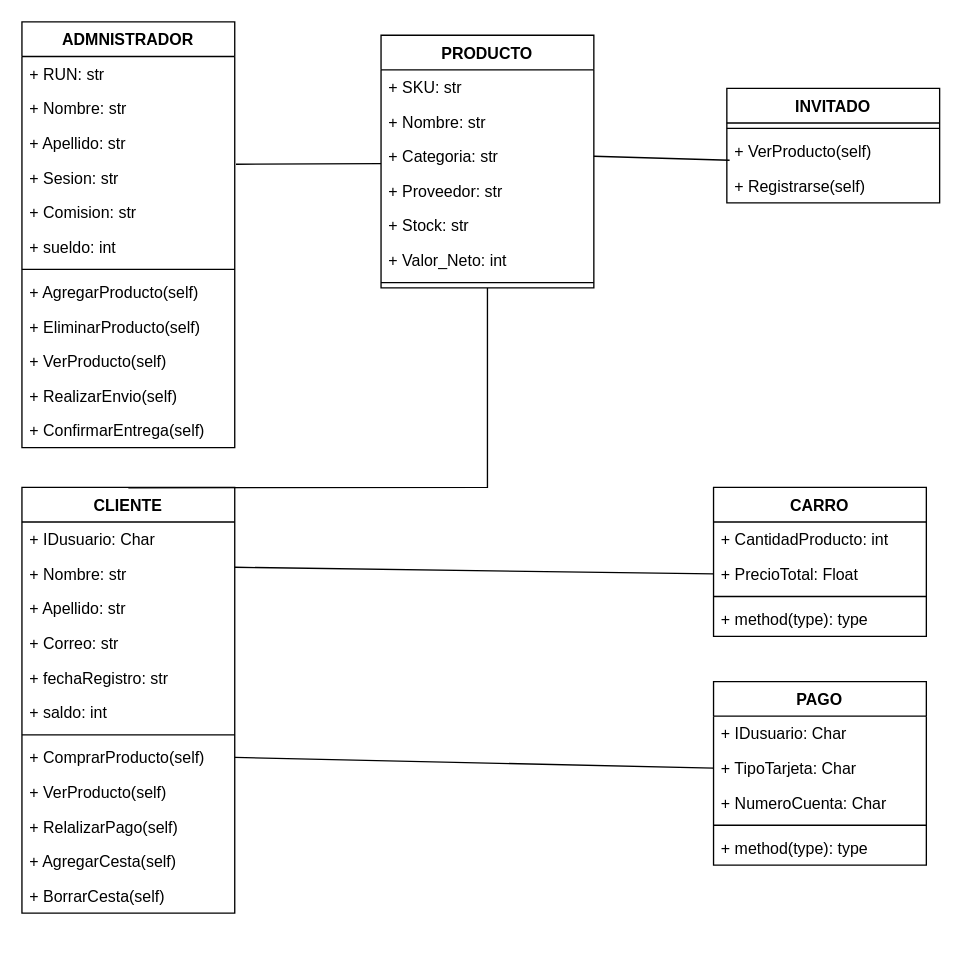
Earlier version of the draw.io diagram Untitled Diagram.drawio (PrintRonald/REPOSITORIO_PYTHON). Source tidied: cells renumbered, new cells numbered last; positions are measured from the earlier drawing's top-left corner, leaving out a move shared by most shapes. Both pictures are drawn from the tidied source at 133%, with x=0, y=0 at pixel (21, 21).
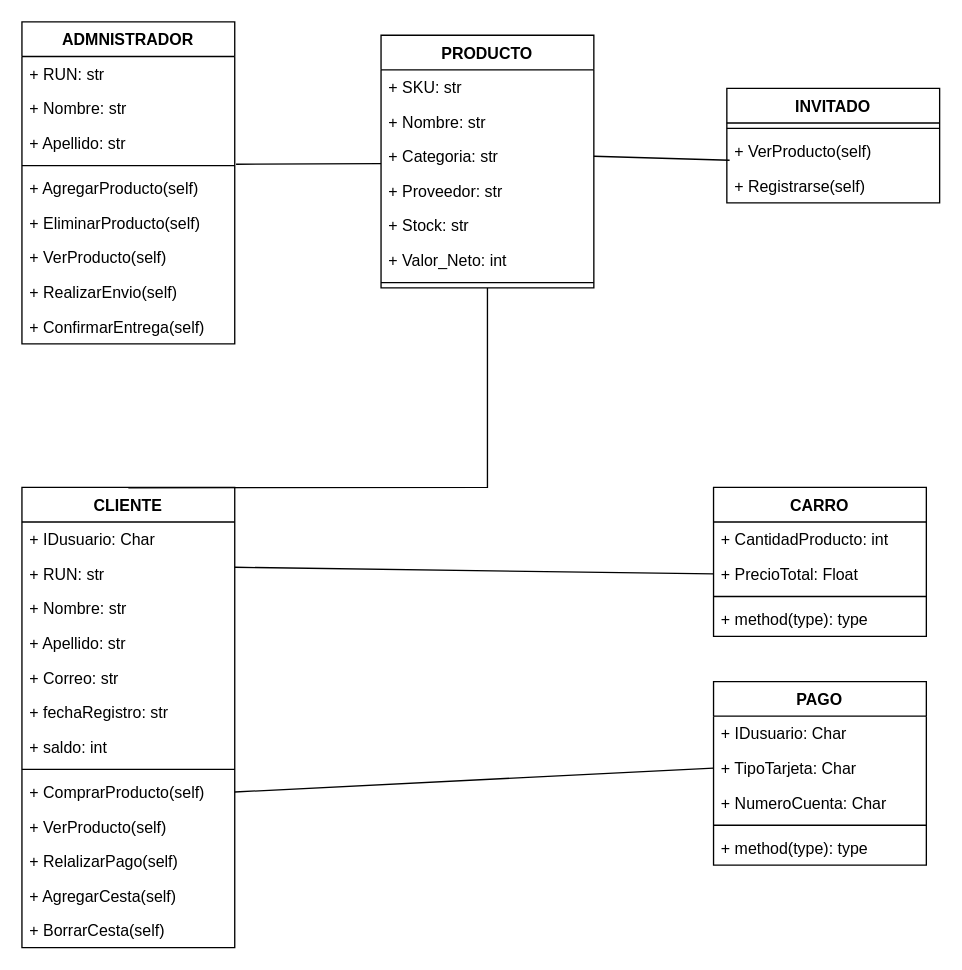
After the change.

Change to the diagram source:
```diff
@@
     <mxCell id="2" value="CLIENTE" style="swimlane;fontStyle=1;align=center;verticalAlign=top;horizontal=1;startSize=26;fillColor=default;strokeColor=default;fontColor=default;" parent="1" vertex="1">
-      <mxGeometry y="350" width="160" height="320" as="geometry" />
+      <mxGeometry y="350" width="160" height="346" as="geometry" />
     </mxCell>
@@
+    <mxCell id="56" value="+ RUN: str" style="text;strokeColor=none;fillColor=none;align=left;verticalAlign=top;spacingLeft=4;spacingRight=4;overflow=hidden;fontColor=default;" parent="2" vertex="1">
+      <mxGeometry y="52" width="160" height="26" as="geometry" />
+    </mxCell>
-    <mxCell id="4" value="+ Nombre: str" style="text;strokeColor=none;fillColor=none;align=left;verticalAlign=top;spacingLeft=4;spacingRight=4;overflow=hidden;" parent="2" vertex="1">
-      <mxGeometry y="52" width="160" height="26" as="geometry" />
+    <mxCell id="4" value="+ Nombre: str" style="text;strokeColor=none;fillColor=none;align=left;verticalAlign=top;spacingLeft=4;spacingRight=4;overflow=hidden;fontColor=default;" parent="2" vertex="1">
+      <mxGeometry y="78" width="160" height="26" as="geometry" />
     </mxCell>
     <mxCell id="5" value="+ Apellido: str" style="text;strokeColor=none;fillColor=none;align=left;verticalAlign=top;spacingLeft=4;spacingRight=4;overflow=hidden;" parent="2" vertex="1">
-      <mxGeometry y="78" width="160" height="26" as="geometry" />
+      <mxGeometry y="104" width="160" height="26" as="geometry" />
     </mxCell>
     <mxCell id="6" value="+ Correo: str" style="text;strokeColor=none;fillColor=none;align=left;verticalAlign=top;spacingLeft=4;spacingRight=4;overflow=hidden;" parent="2" vertex="1">
-      <mxGeometry y="104" width="160" height="26" as="geometry" />
+      <mxGeometry y="130" width="160" height="26" as="geometry" />
     </mxCell>
     <mxCell id="7" value="+ fechaRegistro: str" style="text;strokeColor=none;fillColor=none;align=left;verticalAlign=top;spacingLeft=4;spacingRight=4;overflow=hidden;" parent="2" vertex="1">
-      <mxGeometry y="130" width="160" height="26" as="geometry" />
+      <mxGeometry y="156" width="160" height="26" as="geometry" />
     </mxCell>
     <mxCell id="8" value="+ saldo: int" style="text;strokeColor=none;fillColor=none;align=left;verticalAlign=top;spacingLeft=4;spacingRight=4;overflow=hidden;" parent="2" vertex="1">
-      <mxGeometry y="156" width="160" height="26" as="geometry" />
+      <mxGeometry y="182" width="160" height="26" as="geometry" />
     </mxCell>
     <mxCell id="9" style="line;strokeWidth=1;fillColor=none;align=left;verticalAlign=middle;spacingTop=-1;spacingLeft=3;spacingRight=3;labelPosition=right;" parent="2" vertex="1">
-      <mxGeometry y="182" width="160" height="8" as="geometry" />
+      <mxGeometry y="208" width="160" height="8" as="geometry" />
     </mxCell>
     <mxCell id="10" value="+ ComprarProducto(self)" style="text;strokeColor=none;fillColor=none;align=left;verticalAlign=top;spacingLeft=4;spacingRight=4;overflow=hidden;points=[[0,0.5],[1,0.5]];portConstraint=eastwest;fontColor=default;" parent="2" vertex="1">
-      <mxGeometry y="190" width="160" height="26" as="geometry" />
+      <mxGeometry y="216" width="160" height="26" as="geometry" />
     </mxCell>
     <mxCell id="11" value="+ VerProducto(self)" style="text;strokeColor=none;fillColor=none;align=left;verticalAlign=top;spacingLeft=4;spacingRight=4;overflow=hidden;fontColor=default;" parent="2" vertex="1">
-      <mxGeometry y="216" width="160" height="26" as="geometry" />
+      <mxGeometry y="242" width="160" height="26" as="geometry" />
     </mxCell>
     <mxCell id="12" value="+ RelalizarPago(self)" style="text;strokeColor=none;fillColor=none;align=left;verticalAlign=top;spacingLeft=4;spacingRight=4;overflow=hidden;fontColor=default;" parent="2" vertex="1">
-      <mxGeometry y="242" width="160" height="26" as="geometry" />
+      <mxGeometry y="268" width="160" height="26" as="geometry" />
     </mxCell>
     <mxCell id="13" value="+ AgregarCesta(self)" style="text;strokeColor=none;fillColor=none;align=left;verticalAlign=top;spacingLeft=4;spacingRight=4;overflow=hidden;fontColor=default;" parent="2" vertex="1">
-      <mxGeometry y="268" width="160" height="26" as="geometry" />
+      <mxGeometry y="294" width="160" height="26" as="geometry" />
     </mxCell>
     <mxCell id="14" value="+ BorrarCesta(self)" style="text;strokeColor=none;fillColor=none;align=left;verticalAlign=top;spacingLeft=4;spacingRight=4;overflow=hidden;fontColor=default;" parent="2" vertex="1">
-      <mxGeometry y="294" width="160" height="26" as="geometry" />
+      <mxGeometry y="320" width="160" height="26" as="geometry" />
     </mxCell>
     <mxCell id="15" value="ADMNISTRADOR" style="swimlane;fontStyle=1;align=center;verticalAlign=top;horizontal=1;startSize=26;fillColor=default;strokeColor=default;fontColor=default;" parent="1" vertex="1">
-      <mxGeometry width="160" height="320" as="geometry" />
+      <mxGeometry width="160" height="242" as="geometry" />
     </mxCell>
@@
-    <mxCell id="19" value="+ Sesion: str" style="text;strokeColor=none;fillColor=none;align=left;verticalAlign=top;spacingLeft=4;spacingRight=4;overflow=hidden;points=[[0,0.5],[1,0.5]];portConstraint=eastwest;" parent="15" vertex="1">
-      <mxGeometry y="104" width="160" height="26" as="geometry" />
-    </mxCell>
-    <mxCell id="20" value="+ Comision: str" style="text;strokeColor=none;fillColor=none;align=left;verticalAlign=top;spacingLeft=4;spacingRight=4;overflow=hidden;" parent="15" vertex="1">
-      <mxGeometry y="130" width="160" height="26" as="geometry" />
-    </mxCell>
-    <mxCell id="21" value="+ sueldo: int" style="text;strokeColor=none;fillColor=none;align=left;verticalAlign=top;spacingLeft=4;spacingRight=4;overflow=hidden;" parent="15" vertex="1">
-      <mxGeometry y="156" width="160" height="26" as="geometry" />
-    </mxCell>
     <mxCell id="22" style="line;strokeWidth=1;fillColor=none;align=left;verticalAlign=middle;spacingTop=-1;spacingLeft=3;spacingRight=3;labelPosition=right;" parent="15" vertex="1">
-      <mxGeometry y="182" width="160" height="8" as="geometry" />
+      <mxGeometry y="104" width="160" height="8" as="geometry" />
     </mxCell>
     <mxCell id="23" value="+ AgregarProducto(self)" style="text;strokeColor=none;fillColor=none;align=left;verticalAlign=top;spacingLeft=4;spacingRight=4;overflow=hidden;fontColor=default;" parent="15" vertex="1">
-      <mxGeometry y="190" width="160" height="26" as="geometry" />
+      <mxGeometry y="112" width="160" height="26" as="geometry" />
     </mxCell>
     <mxCell id="24" value="+ EliminarProducto(self)" style="text;strokeColor=none;fillColor=none;align=left;verticalAlign=top;spacingLeft=4;spacingRight=4;overflow=hidden;fontColor=default;" parent="15" vertex="1">
-      <mxGeometry y="216" width="160" height="26" as="geometry" />
+      <mxGeometry y="138" width="160" height="26" as="geometry" />
     </mxCell>
     <mxCell id="25" value="+ VerProducto(self)" style="text;strokeColor=none;fillColor=none;align=left;verticalAlign=top;spacingLeft=4;spacingRight=4;overflow=hidden;fontColor=default;" parent="15" vertex="1">
-      <mxGeometry y="242" width="160" height="26" as="geometry" />
+      <mxGeometry y="164" width="160" height="26" as="geometry" />
     </mxCell>
     <mxCell id="26" value="+ RealizarEnvio(self)" style="text;strokeColor=none;fillColor=none;align=left;verticalAlign=top;spacingLeft=4;spacingRight=4;overflow=hidden;fontColor=default;" parent="15" vertex="1">
-      <mxGeometry y="268" width="160" height="26" as="geometry" />
+      <mxGeometry y="190" width="160" height="26" as="geometry" />
     </mxCell>
     <mxCell id="27" value="+ ConfirmarEntrega(self)" style="text;strokeColor=none;fillColor=none;align=left;verticalAlign=top;spacingLeft=4;spacingRight=4;overflow=hidden;fontColor=default;" parent="15" vertex="1">
-      <mxGeometry y="294" width="160" height="26" as="geometry" />
+      <mxGeometry y="216" width="160" height="26" as="geometry" />
     </mxCell>
@@
-    <mxCell id="55" style="endArrow=none;html=1;rounded=0;labelBackgroundColor=default;fontColor=default;strokeColor=default;fillColor=default;entryX=0.013;entryY=0.769;entryDx=0;entryDy=0;entryPerimeter=0;exitX=1.006;exitY=0.115;exitDx=0;exitDy=0;exitPerimeter=0;" parent="1" edge="1" source="19">
+    <mxCell id="55" style="endArrow=none;html=1;rounded=0;labelBackgroundColor=default;fontColor=default;strokeColor=default;fillColor=default;entryX=0.013;entryY=0.769;entryDx=0;entryDy=0;entryPerimeter=0;exitX=1.006;exitY=0.115;exitDx=0;exitDy=0;exitPerimeter=0;" parent="1" edge="1">
       <mxGeometry relative="1" as="geometry">
+        <mxPoint x="161" y="107" as="sourcePoint" />
         <mxPoint x="270" y="106.5" as="targetPoint" />
       </mxGeometry>
     </mxCell>
```
